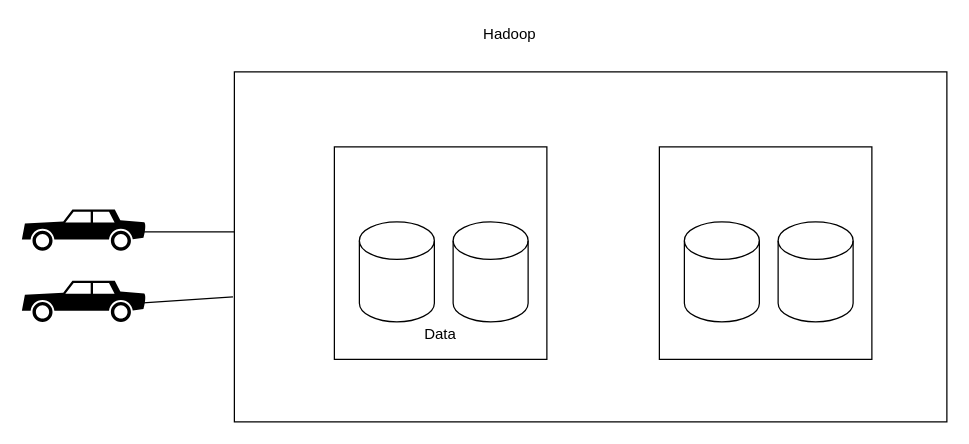
Earlier version of the draw.io diagram misc/it4ad_ingest.drawio (jinyingyu/Examples). Source tidied: cells renumbered, new cells numbered last; positions are measured from the earlier drawing's top-left corner, leaving out a move shared by most shapes. Both pictures are drawn from the tidied source at 125%, with x=0, y=0 at pixel (21, 21).
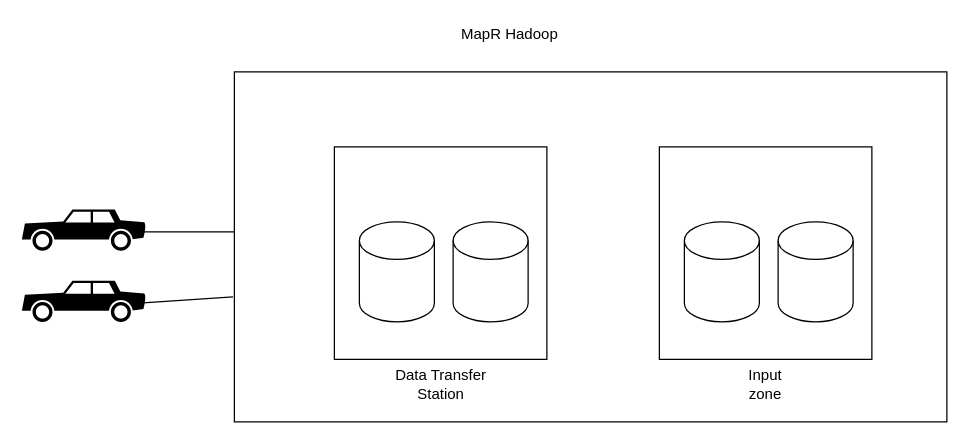
The same page after the edit.

Diff of the diagram source:
```diff
@@
 <mxGraphModel>
   <root>
     <mxCell id="0" />
     <mxCell id="1" parent="0" />
     <mxCell id="2" style="shape=mxgraph.signs.transportation.car_2;html=1;fillColor=#000000;strokeColor=none;verticalLabelPosition=bottom;verticalAlign=top;align=center;" parent="1" vertex="1">
       <mxGeometry y="150" width="100" height="33" as="geometry" />
     </mxCell>
     <mxCell id="3" style="rounded=0;whiteSpace=wrap;html=1;" parent="1" vertex="1">
       <mxGeometry x="170" y="40" width="570" height="280" as="geometry" />
     </mxCell>
     <mxCell id="4" style="whiteSpace=wrap;html=1;" parent="1" vertex="1">
       <mxGeometry x="250" y="100" width="170" height="170" as="geometry" />
     </mxCell>
-    <mxCell id="5" value="Hadoop" style="text;html=1;align=center;verticalAlign=middle;strokeColor=none;" parent="1" vertex="1">
-      <mxGeometry x="360" width="60" height="20" as="geometry" />
+    <mxCell id="5" value="MapR Hadoop" style="text;html=1;align=center;verticalAlign=middle;strokeColor=none;" parent="1" vertex="1">
+      <mxGeometry x="345" width="90" height="20" as="geometry" />
     </mxCell>
     <mxCell id="6" style="shape=cylinder3;whiteSpace=wrap;html=1;boundedLbl=1;backgroundOutline=1;size=15;" parent="1" vertex="1">
       <mxGeometry x="270" y="160" width="60" height="80" as="geometry" />
     </mxCell>
     <mxCell id="7" style="shape=cylinder3;whiteSpace=wrap;html=1;boundedLbl=1;backgroundOutline=1;size=15;" parent="1" vertex="1">
       <mxGeometry x="345" y="160" width="60" height="80" as="geometry" />
     </mxCell>
     <mxCell id="8" style="whiteSpace=wrap;html=1;" parent="1" vertex="1">
       <mxGeometry x="510" y="100" width="170" height="170" as="geometry" />
     </mxCell>
     <mxCell id="9" style="shape=cylinder3;whiteSpace=wrap;html=1;boundedLbl=1;backgroundOutline=1;size=15;" parent="1" vertex="1">
       <mxGeometry x="530" y="160" width="60" height="80" as="geometry" />
     </mxCell>
     <mxCell id="10" style="shape=cylinder3;whiteSpace=wrap;html=1;boundedLbl=1;backgroundOutline=1;size=15;" parent="1" vertex="1">
       <mxGeometry x="605" y="160" width="60" height="80" as="geometry" />
     </mxCell>
     <mxCell id="11" style="shape=mxgraph.signs.transportation.car_2;html=1;fillColor=#000000;strokeColor=none;verticalLabelPosition=bottom;verticalAlign=top;align=center;" parent="1" vertex="1">
       <mxGeometry y="207" width="100" height="33" as="geometry" />
     </mxCell>
     <mxCell id="12" style="endArrow=none;html=1;entryX=0.88;entryY=0.545;entryDx=0;entryDy=0;entryPerimeter=0;exitX=0;exitY=0.457;exitDx=0;exitDy=0;exitPerimeter=0;" parent="1" edge="1" source="3" target="2">
       <mxGeometry relative="1" as="geometry" />
     </mxCell>
     <mxCell id="13" style="endArrow=none;html=1;entryX=0.88;entryY=0.556;entryDx=0;entryDy=0;entryPerimeter=0;exitX=-0.002;exitY=0.643;exitDx=0;exitDy=0;exitPerimeter=0;" parent="1" edge="1" source="3" target="11">
       <mxGeometry relative="1" as="geometry" />
     </mxCell>
-    <mxCell id="14" value="Data" style="text;html=1;strokeColor=none;fillColor=none;align=center;verticalAlign=middle;whiteSpace=wrap;rounded=0;" parent="1" vertex="1">
-      <mxGeometry x="315" y="240" width="40" height="20" as="geometry" />
+    <mxCell id="14" value="Data Transfer Station" style="text;html=1;strokeColor=none;fillColor=none;align=center;verticalAlign=middle;whiteSpace=wrap;rounded=0;" parent="1" vertex="1">
+      <mxGeometry x="292.5" y="280" width="85" height="20" as="geometry" />
     </mxCell>
+    <mxCell id="15" value="Input zone" style="text;html=1;strokeColor=none;fillColor=none;align=center;verticalAlign=middle;whiteSpace=wrap;rounded=0;" parent="1" vertex="1">
+      <mxGeometry x="575" y="280" width="40" height="20" as="geometry" />
+    </mxCell>
   </root>
 </mxGraphModel>
```
